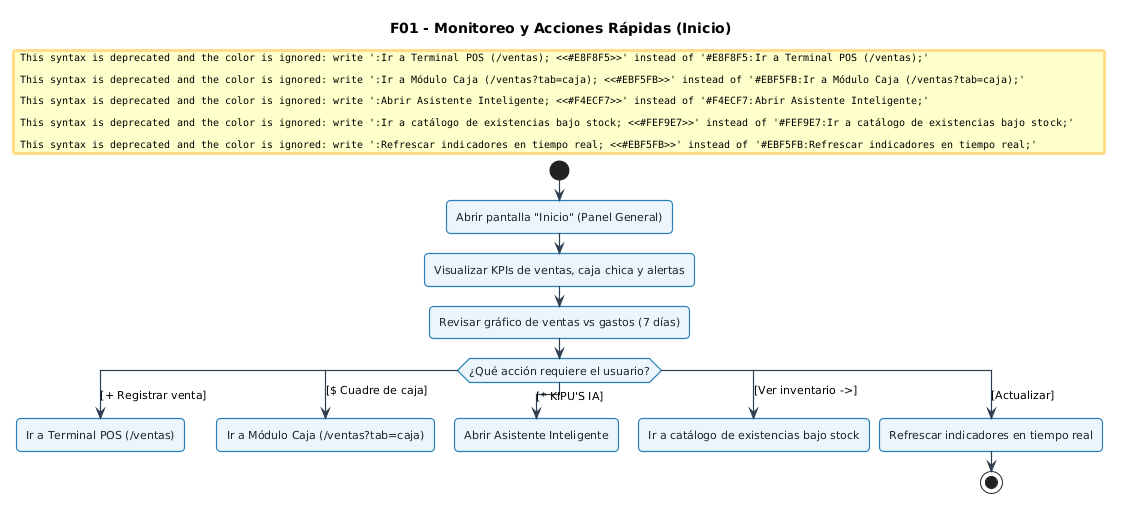
Above: docs/UML-flujos/imagenes/01_monitoreo_inicio.png in xmenil/ERP-KIPUS (PlantUML), before the change.
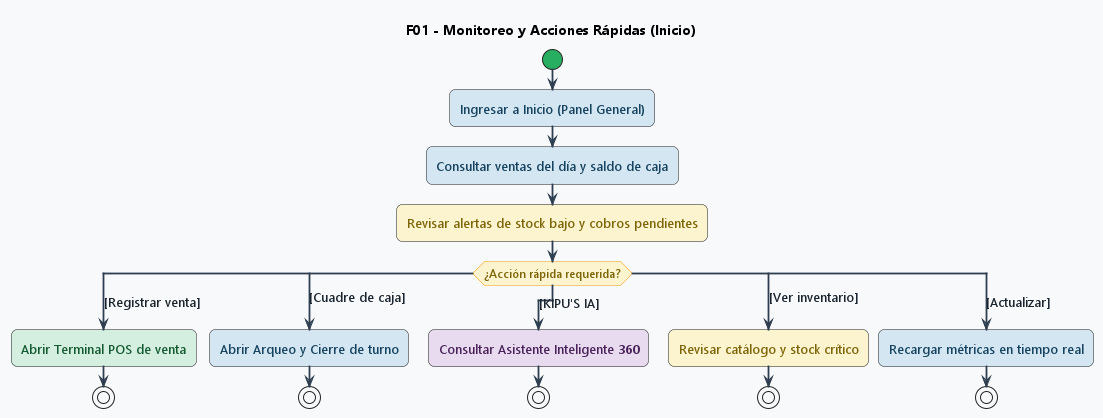
Above is the later version.

The edit, as a diff of the source:
```diff
@@ -1,52 +1,75 @@
 @startuml
+<style>
+activityDiagram {
+  BackgroundColor #F8F9FA
+  BorderColor #2C3E50
+  FontColor #1A252F
+  FontSize 13
+  FontName "Segoe UI", Arial, sans-serif
+  RoundCorner 12
+  Padding 10
+  Margin 8
+
+  .verde {
+    BackgroundColor #D4EFDF
+    BorderColor #27AE60
+    FontColor #145A32
+  }
+  .amarillo {
+    BackgroundColor #FCF3CF
+    BorderColor #F39C12
+    FontColor #7D6608
+  }
+  .azul {
+    BackgroundColor #D4E6F1
+    BorderColor #2980B9
+    FontColor #154360
+  }
+  .morado {
+    BackgroundColor #E8DAEF
+    BorderColor #8E44AD
+    FontColor #4A235A
+  }
+  .rojo {
+    BackgroundColor #FADBD8
+    BorderColor #C0392B
+    FontColor #78281F
+  }
+}
+</style>
+
 skinparam defaultFontName "Segoe UI", Arial, sans-serif
-skinparam defaultFontSize 11
-skinparam roundCorner 8
-skinparam shadowing false
 skinparam ArrowColor #2C3E50
-skinparam ArrowThickness 1.2
-
-skinparam activity {
-  BackgroundColor #EBF5FB
-  BorderColor #2980B9
-  BorderThickness 1.2
-  FontColor #1A252F
-}
-skinparam decision {
-  BackgroundColor #FEF9E7
-  BorderColor #F39C12
-  BorderThickness 1.2
-  FontColor #7D6608
-}
-skinparam start {
-  Color #27AE60
-}
-skinparam stop {
-  Color #C0392B
-}
+skinparam ArrowThickness 1.8
+skinparam activityStartColor #27AE60
+skinparam activityEndColor #C0392B
+skinparam activityDiamondBackgroundColor #FCF3CF
+skinparam activityDiamondBorderColor #F39C12
+skinparam activityDiamondFontColor #7D6608
+skinparam activityDiamondFontSize 12
 
 title F01 - Monitoreo y Acciones Rápidas (Inicio)
 
 start
-:Abrir pantalla "Inicio" (Panel General);
-:Visualizar KPIs de ventas, caja chica y alertas;
-:Revisar gráfico de ventas vs gastos (7 días);
+:Ingresar a Inicio (Panel General); <<azul>>
+:Consultar ventas del día y saldo de caja; <<azul>>
+:Revisar alertas de stock bajo y cobros pendientes; <<amarillo>>
 
-switch (¿Qué acción requiere el usuario?)
-case ([+ Registrar venta])
-  #E8F8F5:Ir a Terminal POS (/ventas);
-  detach
-case ([$ Cuadre de caja])
-  #EBF5FB:Ir a Módulo Caja (/ventas?tab=caja);
-  detach
-case ([* KIPU'S IA])
-  #F4ECF7:Abrir Asistente Inteligente;
-  detach
-case ([Ver inventario ->])
-  #FEF9E7:Ir a catálogo de existencias bajo stock;
-  detach
+switch (¿Acción rápida requerida?)
+case ([Registrar venta])
+  :Abrir Terminal POS de venta; <<verde>>
+  stop
+case ([Cuadre de caja])
+  :Abrir Arqueo y Cierre de turno; <<azul>>
+  stop
+case ([KIPU'S IA])
+  :Consultar Asistente Inteligente 360; <<morado>>
+  stop
+case ([Ver inventario])
+  :Revisar catálogo y stock crítico; <<amarillo>>
+  stop
 case ([Actualizar])
-  #EBF5FB:Refrescar indicadores en tiempo real;
+  :Recargar métricas en tiempo real; <<azul>>
   stop
 endswitch
 @enduml
```
